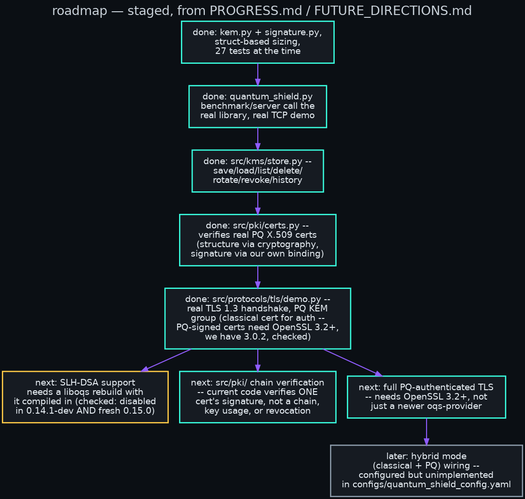
The Graphviz diagram diagrams/06-roadmap.png in danindiana/quantum-shield, before a commit. Its source is kept beside it as diagrams/06-roadmap.dot.
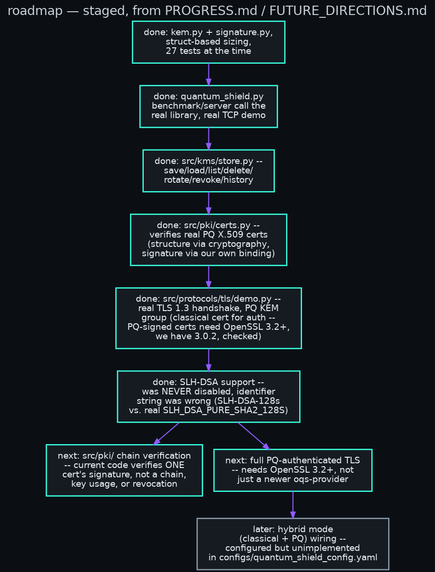
The same file after the commit.

What changed in the source:
```diff
@@ -14,15 +14,14 @@
   done3 [label="done: src/kms/store.py --\nsave/load/list/delete/\nrotate/revoke/history", color="#39ffe0"];
   done4 [label="done: src/pki/certs.py --\nverifies real PQ X.509 certs\n(structure via cryptography,\nsignature via our own binding)", color="#39ffe0"];
   done5 [label="done: src/protocols/tls/demo.py --\nreal TLS 1.3 handshake, PQ KEM\ngroup (classical cert for auth --\nPQ-signed certs need OpenSSL 3.2+,\nwe have 3.0.2, checked)", color="#39ffe0"];
+  done6 [label="done: SLH-DSA support --\nwas NEVER disabled, identifier\nstring was wrong (SLH-DSA-128s\nvs. real SLH_DSA_PURE_SHA2_128S)", color="#39ffe0"];
 
-  next1 [label="next: SLH-DSA support\nneeds a liboqs rebuild with\nit compiled in (checked: disabled\nin 0.14.1-dev AND fresh 0.15.0)", color="#ffcb47"];
-  next2 [label="next: src/pki/ chain verification\n-- current code verifies ONE\ncert's signature, not a chain,\nkey usage, or revocation"];
-  next3 [label="next: full PQ-authenticated TLS\n-- needs OpenSSL 3.2+, not\njust a newer oqs-provider"];
+  next1 [label="next: src/pki/ chain verification\n-- current code verifies ONE\ncert's signature, not a chain,\nkey usage, or revocation"];
+  next2 [label="next: full PQ-authenticated TLS\n-- needs OpenSSL 3.2+, not\njust a newer oqs-provider"];
   hybrid [label="later: hybrid mode\n(classical + PQ) wiring --\nconfigured but unimplemented\nin configs/quantum_shield_config.yaml", color="#8a99a8"];
 
-  done1 -> done2 -> done3 -> done4 -> done5;
-  done5 -> next1;
-  done5 -> next2;
-  done5 -> next3;
-  next3 -> hybrid;
+  done1 -> done2 -> done3 -> done4 -> done5 -> done6;
+  done6 -> next1;
+  done6 -> next2;
+  next2 -> hybrid;
 }
```
